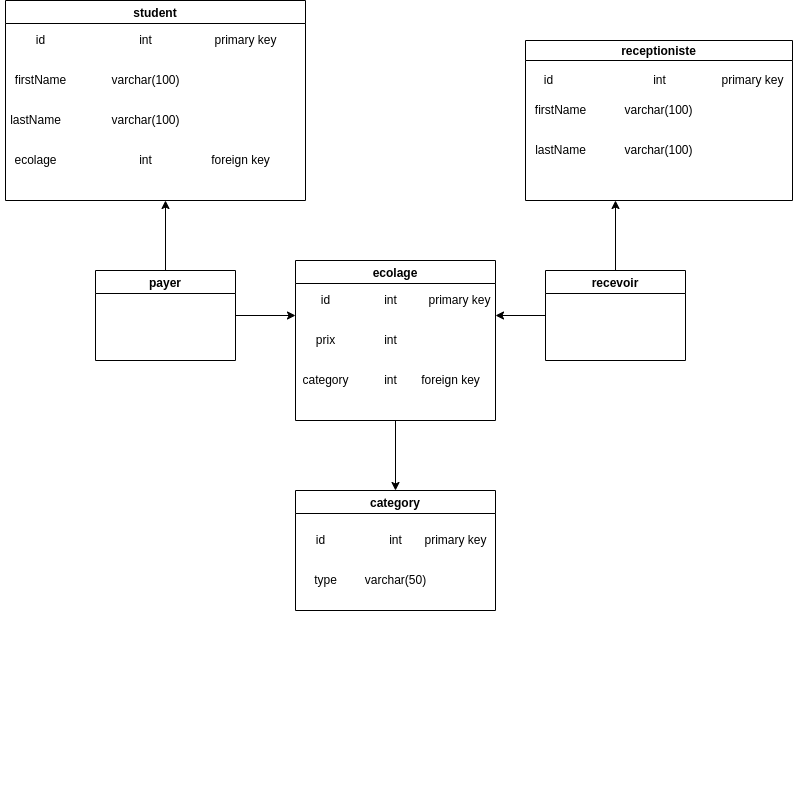
The draw.io diagram payementscolaritehei/image/img.png in VOLABEMANANA/PAYEMENT-scholarit--hei, before a commit. Source tidied: cells renumbered, new cells last; positions are measured from the earlier drawing's top-left corner, leaving out a move shared by most shapes. Source of this version:
```xml
<mxGraphModel background="#ffffff">
  <root>
    <mxCell id="0" />
    <mxCell id="1" parent="0" />
    <mxCell id="2" value="student" style="swimlane;" parent="1" vertex="1">
      <mxGeometry x="5" width="300" height="200" as="geometry" />
    </mxCell>
    <mxCell id="3" value="firstName" style="text;html=1;align=center;verticalAlign=middle;strokeColor=none;fillColor=none;" parent="2" vertex="1">
      <mxGeometry y="70" width="70" height="20" as="geometry" />
    </mxCell>
    <mxCell id="4" value="lastName" style="text;html=1;align=center;verticalAlign=middle;strokeColor=none;fillColor=none;" parent="2" vertex="1">
      <mxGeometry x="-5" y="110" width="70" height="20" as="geometry" />
    </mxCell>
    <mxCell id="5" value="ecolage" style="text;html=1;align=center;verticalAlign=middle;strokeColor=none;fillColor=none;" parent="2" vertex="1">
      <mxGeometry y="150" width="60" height="20" as="geometry" />
    </mxCell>
    <mxCell id="6" value="id" style="text;html=1;align=center;verticalAlign=middle;strokeColor=none;fillColor=none;" parent="2" vertex="1">
      <mxGeometry x="25" y="30" width="20" height="20" as="geometry" />
    </mxCell>
    <mxCell id="7" value="varchar(100)" style="text;html=1;align=center;verticalAlign=middle;strokeColor=none;fillColor=none;" parent="2" vertex="1">
      <mxGeometry x="100" y="70" width="80" height="20" as="geometry" />
    </mxCell>
    <mxCell id="8" value="varchar(100)" style="text;html=1;align=center;verticalAlign=middle;strokeColor=none;fillColor=none;" parent="2" vertex="1">
      <mxGeometry x="100" y="110" width="80" height="20" as="geometry" />
    </mxCell>
    <mxCell id="9" value="foreign key" style="text;html=1;align=center;verticalAlign=middle;strokeColor=none;fillColor=none;" parent="2" vertex="1">
      <mxGeometry x="200" y="150" width="70" height="20" as="geometry" />
    </mxCell>
    <mxCell id="10" value="primary key" style="text;html=1;align=center;verticalAlign=middle;strokeColor=none;fillColor=none;" parent="2" vertex="1">
      <mxGeometry x="200" y="30" width="80" height="20" as="geometry" />
    </mxCell>
    <mxCell id="11" value="int" style="text;html=1;align=center;verticalAlign=middle;strokeColor=none;fillColor=none;" parent="2" vertex="1">
      <mxGeometry x="125" y="30" width="30" height="20" as="geometry" />
    </mxCell>
    <mxCell id="12" value="int" style="text;html=1;align=center;verticalAlign=middle;strokeColor=none;fillColor=none;" parent="2" vertex="1">
      <mxGeometry x="125" y="150" width="30" height="20" as="geometry" />
    </mxCell>
    <mxCell id="13" value="receptioniste" style="swimlane;startSize=20;" parent="1" vertex="1">
      <mxGeometry x="525" y="40" width="267" height="160" as="geometry" />
    </mxCell>
    <mxCell id="14" value="id" style="text;html=1;align=center;verticalAlign=middle;strokeColor=none;fillColor=none;" parent="13" vertex="1">
      <mxGeometry x="13" y="30" width="20" height="20" as="geometry" />
    </mxCell>
    <mxCell id="15" value="primary key" style="text;html=1;align=center;verticalAlign=middle;strokeColor=none;fillColor=none;" parent="13" vertex="1">
      <mxGeometry x="187" y="30" width="80" height="20" as="geometry" />
    </mxCell>
    <mxCell id="16" value="firstName" style="text;html=1;align=center;verticalAlign=middle;strokeColor=none;fillColor=none;" parent="13" vertex="1">
      <mxGeometry y="60" width="70" height="20" as="geometry" />
    </mxCell>
    <mxCell id="17" value="varchar(100)" style="text;html=1;align=center;verticalAlign=middle;strokeColor=none;fillColor=none;" parent="13" vertex="1">
      <mxGeometry x="93" y="60" width="80" height="20" as="geometry" />
    </mxCell>
    <mxCell id="18" value="lastName" style="text;html=1;align=center;verticalAlign=middle;strokeColor=none;fillColor=none;" parent="13" vertex="1">
      <mxGeometry y="100" width="70" height="20" as="geometry" />
    </mxCell>
    <mxCell id="19" value="varchar(100)" style="text;html=1;align=center;verticalAlign=middle;strokeColor=none;fillColor=none;" parent="13" vertex="1">
      <mxGeometry x="93" y="100" width="80" height="20" as="geometry" />
    </mxCell>
    <mxCell id="20" value="int" style="text;html=1;align=center;verticalAlign=middle;strokeColor=none;fillColor=none;" parent="13" vertex="1">
      <mxGeometry x="118.5" y="30" width="30" height="20" as="geometry" />
    </mxCell>
    <mxCell id="21" style="edgeStyle=none;html=1;" parent="1" edge="1" source="22" target="31">
      <mxGeometry relative="1" as="geometry" />
    </mxCell>
    <mxCell id="22" value="ecolage" style="swimlane;" parent="1" vertex="1">
      <mxGeometry x="295" y="260" width="200" height="160" as="geometry" />
    </mxCell>
    <mxCell id="23" value="id" style="text;html=1;align=center;verticalAlign=middle;strokeColor=none;fillColor=none;" parent="22" vertex="1">
      <mxGeometry x="20" y="30" width="20" height="20" as="geometry" />
    </mxCell>
    <mxCell id="24" value="primary key" style="text;html=1;align=center;verticalAlign=middle;strokeColor=none;fillColor=none;" parent="22" vertex="1">
      <mxGeometry x="124" y="30" width="80" height="20" as="geometry" />
    </mxCell>
    <mxCell id="25" value="int" style="text;html=1;align=center;verticalAlign=middle;strokeColor=none;fillColor=none;" parent="22" vertex="1">
      <mxGeometry x="80" y="70" width="30" height="20" as="geometry" />
    </mxCell>
    <mxCell id="26" value="int" style="text;html=1;align=center;verticalAlign=middle;strokeColor=none;fillColor=none;" parent="22" vertex="1">
      <mxGeometry x="80" y="30" width="30" height="20" as="geometry" />
    </mxCell>
    <mxCell id="27" value="int" style="text;html=1;align=center;verticalAlign=middle;strokeColor=none;fillColor=none;" parent="22" vertex="1">
      <mxGeometry x="80" y="110" width="30" height="20" as="geometry" />
    </mxCell>
    <mxCell id="28" value="foreign key" style="text;html=1;align=center;verticalAlign=middle;strokeColor=none;fillColor=none;" parent="22" vertex="1">
      <mxGeometry x="120" y="110" width="70" height="20" as="geometry" />
    </mxCell>
    <mxCell id="29" value="prix" style="text;html=1;align=center;verticalAlign=middle;strokeColor=none;fillColor=none;" parent="22" vertex="1">
      <mxGeometry x="15" y="70" width="30" height="20" as="geometry" />
    </mxCell>
    <mxCell id="30" value="category" style="text;html=1;align=center;verticalAlign=middle;strokeColor=none;fillColor=none;" parent="22" vertex="1">
      <mxGeometry y="110" width="60" height="20" as="geometry" />
    </mxCell>
    <mxCell id="31" value="category" style="swimlane;" parent="1" vertex="1">
      <mxGeometry x="295" y="490" width="200" height="120" as="geometry" />
    </mxCell>
    <mxCell id="32" value="id" style="text;html=1;align=center;verticalAlign=middle;strokeColor=none;fillColor=none;" parent="31" vertex="1">
      <mxGeometry x="15" y="40" width="20" height="20" as="geometry" />
    </mxCell>
    <mxCell id="33" value="int" style="text;html=1;align=center;verticalAlign=middle;strokeColor=none;fillColor=none;" parent="31" vertex="1">
      <mxGeometry x="85" y="40" width="30" height="20" as="geometry" />
    </mxCell>
    <mxCell id="34" style="text;html=1;align=center;verticalAlign=middle;strokeColor=none;fillColor=none;" parent="31" vertex="1">
      <mxGeometry x="20" y="290" width="20" height="20" as="geometry" />
    </mxCell>
    <mxCell id="35" value="primary key" style="text;html=1;align=center;verticalAlign=middle;strokeColor=none;fillColor=none;" parent="31" vertex="1">
      <mxGeometry x="120" y="40" width="80" height="20" as="geometry" />
    </mxCell>
    <mxCell id="36" value="type" style="text;html=1;align=center;verticalAlign=middle;strokeColor=none;fillColor=none;" parent="31" vertex="1">
      <mxGeometry x="10" y="80" width="40" height="20" as="geometry" />
    </mxCell>
    <mxCell id="37" value="varchar(50)" style="text;html=1;align=center;verticalAlign=middle;strokeColor=none;fillColor=none;" parent="31" vertex="1">
      <mxGeometry x="60" y="80" width="80" height="20" as="geometry" />
    </mxCell>
    <mxCell id="38" style="edgeStyle=orthogonalEdgeStyle;rounded=0;html=1;exitX=0.5;exitY=0;exitDx=0;exitDy=0;strokeColor=default;" parent="1" edge="1" source="40">
      <mxGeometry relative="1" as="geometry">
        <mxPoint x="165" y="200" as="targetPoint" />
      </mxGeometry>
    </mxCell>
    <mxCell id="39" style="edgeStyle=orthogonalEdgeStyle;rounded=0;html=1;exitX=1;exitY=0.5;exitDx=0;exitDy=0;strokeColor=default;" parent="1" edge="1" source="40">
      <mxGeometry relative="1" as="geometry">
        <mxPoint x="295" y="315" as="targetPoint" />
      </mxGeometry>
    </mxCell>
    <mxCell id="40" value="payer" style="swimlane;" parent="1" vertex="1">
      <mxGeometry x="95" y="270" width="140" height="90" as="geometry" />
    </mxCell>
    <mxCell id="41" style="edgeStyle=orthogonalEdgeStyle;rounded=0;html=1;exitX=0;exitY=0.5;exitDx=0;exitDy=0;strokeColor=default;" parent="1" edge="1" source="43">
      <mxGeometry relative="1" as="geometry">
        <mxPoint x="495" y="315" as="targetPoint" />
      </mxGeometry>
    </mxCell>
    <mxCell id="42" style="edgeStyle=orthogonalEdgeStyle;rounded=0;html=1;exitX=0.5;exitY=0;exitDx=0;exitDy=0;strokeColor=default;" parent="1" edge="1" source="43">
      <mxGeometry relative="1" as="geometry">
        <mxPoint x="615" y="200" as="targetPoint" />
      </mxGeometry>
    </mxCell>
    <mxCell id="43" value="recevoir" style="swimlane;" parent="1" vertex="1">
      <mxGeometry x="545" y="270" width="140" height="90" as="geometry" />
    </mxCell>
  </root>
</mxGraphModel>
```
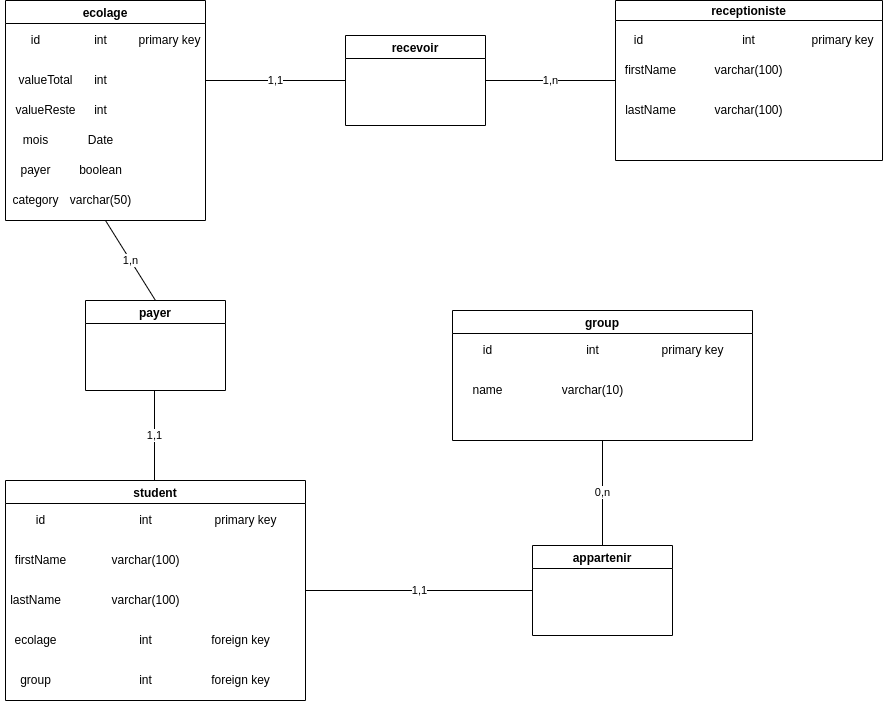
After the commit.

What changed in the source:
```diff
@@ -1,9 +1,9 @@
-<mxGraphModel background="#ffffff">
+<mxGraphModel background="#FFFFFF">
   <root>
     <mxCell id="0" />
     <mxCell id="1" parent="0" />
     <mxCell id="2" value="student" style="swimlane;" parent="1" vertex="1">
-      <mxGeometry x="5" width="300" height="200" as="geometry" />
+      <mxGeometry x="85" y="520" width="300" height="220" as="geometry" />
     </mxCell>
     <mxCell id="3" value="firstName" style="text;html=1;align=center;verticalAlign=middle;strokeColor=none;fillColor=none;" parent="2" vertex="1">
       <mxGeometry y="70" width="70" height="20" as="geometry" />
@@ -35,8 +35,17 @@
     <mxCell id="12" value="int" style="text;html=1;align=center;verticalAlign=middle;strokeColor=none;fillColor=none;" parent="2" vertex="1">
       <mxGeometry x="125" y="150" width="30" height="20" as="geometry" />
     </mxCell>
+    <mxCell id="44" value="group" style="text;html=1;align=center;verticalAlign=middle;strokeColor=none;fillColor=none;" parent="2" vertex="1">
+      <mxGeometry x="5" y="190" width="50" height="20" as="geometry" />
+    </mxCell>
+    <mxCell id="45" value="int" style="text;html=1;align=center;verticalAlign=middle;strokeColor=none;fillColor=none;" parent="2" vertex="1">
+      <mxGeometry x="125" y="190" width="30" height="20" as="geometry" />
+    </mxCell>
+    <mxCell id="28" value="foreign key" style="text;html=1;align=center;verticalAlign=middle;strokeColor=none;fillColor=none;" parent="2" vertex="1">
+      <mxGeometry x="200" y="190" width="70" height="20" as="geometry" />
+    </mxCell>
     <mxCell id="13" value="receptioniste" style="swimlane;startSize=20;" parent="1" vertex="1">
-      <mxGeometry x="525" y="40" width="267" height="160" as="geometry" />
+      <mxGeometry x="695" y="40" width="267" height="160" as="geometry" />
     </mxCell>
     <mxCell id="14" value="id" style="text;html=1;align=center;verticalAlign=middle;strokeColor=none;fillColor=none;" parent="13" vertex="1">
       <mxGeometry x="13" y="30" width="20" height="20" as="geometry" />
@@ -59,11 +68,8 @@
     <mxCell id="20" value="int" style="text;html=1;align=center;verticalAlign=middle;strokeColor=none;fillColor=none;" parent="13" vertex="1">
       <mxGeometry x="118.5" y="30" width="30" height="20" as="geometry" />
     </mxCell>
-    <mxCell id="21" style="edgeStyle=none;html=1;" parent="1" edge="1" source="22" target="31">
-      <mxGeometry relative="1" as="geometry" />
-    </mxCell>
     <mxCell id="22" value="ecolage" style="swimlane;" parent="1" vertex="1">
-      <mxGeometry x="295" y="260" width="200" height="160" as="geometry" />
+      <mxGeometry x="85" y="40" width="200" height="220" as="geometry" />
     </mxCell>
     <mxCell id="23" value="id" style="text;html=1;align=center;verticalAlign=middle;strokeColor=none;fillColor=none;" parent="22" vertex="1">
       <mxGeometry x="20" y="30" width="20" height="20" as="geometry" />
@@ -77,64 +83,82 @@
     <mxCell id="26" value="int" style="text;html=1;align=center;verticalAlign=middle;strokeColor=none;fillColor=none;" parent="22" vertex="1">
       <mxGeometry x="80" y="30" width="30" height="20" as="geometry" />
     </mxCell>
-    <mxCell id="27" value="int" style="text;html=1;align=center;verticalAlign=middle;strokeColor=none;fillColor=none;" parent="22" vertex="1">
-      <mxGeometry x="80" y="110" width="30" height="20" as="geometry" />
+    <mxCell id="27" value="varchar(50)" style="text;html=1;align=center;verticalAlign=middle;strokeColor=none;fillColor=none;" parent="22" vertex="1">
+      <mxGeometry x="55" y="190" width="80" height="20" as="geometry" />
     </mxCell>
-    <mxCell id="28" value="foreign key" style="text;html=1;align=center;verticalAlign=middle;strokeColor=none;fillColor=none;" parent="22" vertex="1">
-      <mxGeometry x="120" y="110" width="70" height="20" as="geometry" />
-    </mxCell>
-    <mxCell id="29" value="prix" style="text;html=1;align=center;verticalAlign=middle;strokeColor=none;fillColor=none;" parent="22" vertex="1">
-      <mxGeometry x="15" y="70" width="30" height="20" as="geometry" />
+    <mxCell id="29" value="valueTotal" style="text;html=1;align=center;verticalAlign=middle;strokeColor=none;fillColor=none;" parent="22" vertex="1">
+      <mxGeometry x="5" y="70" width="70" height="20" as="geometry" />
     </mxCell>
     <mxCell id="30" value="category" style="text;html=1;align=center;verticalAlign=middle;strokeColor=none;fillColor=none;" parent="22" vertex="1">
-      <mxGeometry y="110" width="60" height="20" as="geometry" />
+      <mxGeometry y="190" width="60" height="20" as="geometry" />
     </mxCell>
-    <mxCell id="31" value="category" style="swimlane;" parent="1" vertex="1">
-      <mxGeometry x="295" y="490" width="200" height="120" as="geometry" />
-    </mxCell>
+    <mxCell id="46" value="int" style="text;html=1;align=center;verticalAlign=middle;strokeColor=none;fillColor=none;" parent="22" vertex="1">
+      <mxGeometry x="80" y="100" width="30" height="20" as="geometry" />
+    </mxCell>
+    <mxCell id="47" value="valueReste" style="text;html=1;align=center;verticalAlign=middle;strokeColor=none;fillColor=none;" parent="22" vertex="1">
+      <mxGeometry y="100" width="80" height="20" as="geometry" />
+    </mxCell>
+    <mxCell id="48" value="mois" style="text;html=1;align=center;verticalAlign=middle;strokeColor=none;fillColor=none;" parent="22" vertex="1">
+      <mxGeometry x="10" y="130" width="40" height="20" as="geometry" />
+    </mxCell>
+    <mxCell id="49" value="boolean" style="text;html=1;align=center;verticalAlign=middle;strokeColor=none;fillColor=none;" parent="22" vertex="1">
+      <mxGeometry x="65" y="160" width="60" height="20" as="geometry" />
+    </mxCell>
+    <mxCell id="50" value="Date" style="text;html=1;align=center;verticalAlign=middle;strokeColor=none;fillColor=none;" parent="22" vertex="1">
+      <mxGeometry x="75" y="130" width="40" height="20" as="geometry" />
+    </mxCell>
+    <mxCell id="51" value="payer" style="text;html=1;align=center;verticalAlign=middle;strokeColor=none;fillColor=none;" parent="22" vertex="1">
+      <mxGeometry x="5" y="160" width="50" height="20" as="geometry" />
+    </mxCell>
+    <mxCell id="40" value="payer" style="swimlane;" parent="1" vertex="1">
+      <mxGeometry x="165" y="340" width="140" height="90" as="geometry" />
+    </mxCell>
+    <mxCell id="43" value="recevoir" style="swimlane;" parent="1" vertex="1">
+      <mxGeometry x="425" y="75" width="140" height="90" as="geometry" />
+    </mxCell>
+    <mxCell id="52" value="group" style="swimlane;" parent="1" vertex="1">
+      <mxGeometry x="532" y="350" width="300" height="130" as="geometry" />
+    </mxCell>
+    <mxCell id="53" value="name" style="text;html=1;align=center;verticalAlign=middle;strokeColor=none;fillColor=none;" parent="52" vertex="1">
+      <mxGeometry x="10" y="70" width="50" height="20" as="geometry" />
+    </mxCell>
-    <mxCell id="32" value="id" style="text;html=1;align=center;verticalAlign=middle;strokeColor=none;fillColor=none;" parent="31" vertex="1">
-      <mxGeometry x="15" y="40" width="20" height="20" as="geometry" />
+    <mxCell id="32" value="id" style="text;html=1;align=center;verticalAlign=middle;strokeColor=none;fillColor=none;" parent="52" vertex="1">
+      <mxGeometry x="25" y="30" width="20" height="20" as="geometry" />
     </mxCell>
-    <mxCell id="33" value="int" style="text;html=1;align=center;verticalAlign=middle;strokeColor=none;fillColor=none;" parent="31" vertex="1">
-      <mxGeometry x="85" y="40" width="30" height="20" as="geometry" />
-    </mxCell>
-    <mxCell id="34" style="text;html=1;align=center;verticalAlign=middle;strokeColor=none;fillColor=none;" parent="31" vertex="1">
-      <mxGeometry x="20" y="290" width="20" height="20" as="geometry" />
-    </mxCell>
+    <mxCell id="54" value="varchar(10)" style="text;html=1;align=center;verticalAlign=middle;strokeColor=none;fillColor=none;" parent="52" vertex="1">
+      <mxGeometry x="100" y="70" width="80" height="20" as="geometry" />
+    </mxCell>
-    <mxCell id="35" value="primary key" style="text;html=1;align=center;verticalAlign=middle;strokeColor=none;fillColor=none;" parent="31" vertex="1">
-      <mxGeometry x="120" y="40" width="80" height="20" as="geometry" />
+    <mxCell id="35" value="primary key" style="text;html=1;align=center;verticalAlign=middle;strokeColor=none;fillColor=none;" parent="52" vertex="1">
+      <mxGeometry x="200" y="30" width="80" height="20" as="geometry" />
     </mxCell>
-    <mxCell id="36" value="type" style="text;html=1;align=center;verticalAlign=middle;strokeColor=none;fillColor=none;" parent="31" vertex="1">
-      <mxGeometry x="10" y="80" width="40" height="20" as="geometry" />
-    </mxCell>
-    <mxCell id="37" value="varchar(50)" style="text;html=1;align=center;verticalAlign=middle;strokeColor=none;fillColor=none;" parent="31" vertex="1">
-      <mxGeometry x="60" y="80" width="80" height="20" as="geometry" />
-    </mxCell>
-    <mxCell id="38" style="edgeStyle=orthogonalEdgeStyle;rounded=0;html=1;exitX=0.5;exitY=0;exitDx=0;exitDy=0;strokeColor=default;" parent="1" edge="1" source="40">
-      <mxGeometry relative="1" as="geometry">
-        <mxPoint x="165" y="200" as="targetPoint" />
-      </mxGeometry>
-    </mxCell>
-    <mxCell id="39" style="edgeStyle=orthogonalEdgeStyle;rounded=0;html=1;exitX=1;exitY=0.5;exitDx=0;exitDy=0;strokeColor=default;" parent="1" edge="1" source="40">
-      <mxGeometry relative="1" as="geometry">
-        <mxPoint x="295" y="315" as="targetPoint" />
-      </mxGeometry>
-    </mxCell>
-    <mxCell id="40" value="payer" style="swimlane;" parent="1" vertex="1">
-      <mxGeometry x="95" y="270" width="140" height="90" as="geometry" />
-    </mxCell>
-    <mxCell id="41" style="edgeStyle=orthogonalEdgeStyle;rounded=0;html=1;exitX=0;exitY=0.5;exitDx=0;exitDy=0;strokeColor=default;" parent="1" edge="1" source="43">
-      <mxGeometry relative="1" as="geometry">
-        <mxPoint x="495" y="315" as="targetPoint" />
-      </mxGeometry>
-    </mxCell>
-    <mxCell id="42" style="edgeStyle=orthogonalEdgeStyle;rounded=0;html=1;exitX=0.5;exitY=0;exitDx=0;exitDy=0;strokeColor=default;" parent="1" edge="1" source="43">
-      <mxGeometry relative="1" as="geometry">
-        <mxPoint x="615" y="200" as="targetPoint" />
-      </mxGeometry>
-    </mxCell>
-    <mxCell id="43" value="recevoir" style="swimlane;" parent="1" vertex="1">
-      <mxGeometry x="545" y="270" width="140" height="90" as="geometry" />
-    </mxCell>
+    <mxCell id="55" value="int" style="text;html=1;align=center;verticalAlign=middle;strokeColor=none;fillColor=none;" parent="52" vertex="1">
+      <mxGeometry x="125" y="30" width="30" height="20" as="geometry" />
+    </mxCell>
+    <mxCell id="56" value="appartenir" style="swimlane;" parent="1" vertex="1">
+      <mxGeometry x="612" y="585" width="140" height="90" as="geometry" />
+    </mxCell>
+    <mxCell id="57" value="1,1" style="endArrow=none;html=1;entryX=0.5;entryY=1;entryDx=0;entryDy=0;exitX=0.5;exitY=0;exitDx=0;exitDy=0;" parent="1" edge="1">
+      <mxGeometry relative="1" as="geometry">
+        <mxPoint x="234" y="520" as="sourcePoint" />
+        <mxPoint x="234" y="430" as="targetPoint" />
+      </mxGeometry>
+    </mxCell>
+    <mxCell id="58" value="0,n" style="endArrow=none;html=1;entryX=0.5;entryY=1;entryDx=0;entryDy=0;exitX=0.5;exitY=0;exitDx=0;exitDy=0;" parent="1" edge="1" source="56" target="52">
+      <mxGeometry relative="1" as="geometry" />
+    </mxCell>
+    <mxCell id="59" value="1,1" style="endArrow=none;html=1;entryX=1;entryY=0.5;entryDx=0;entryDy=0;exitX=0;exitY=0.5;exitDx=0;exitDy=0;" parent="1" edge="1" source="56" target="2">
+      <mxGeometry relative="1" as="geometry" />
+    </mxCell>
+    <mxCell id="60" value="1,n" style="endArrow=none;html=1;entryX=0.5;entryY=1;entryDx=0;entryDy=0;exitX=0.5;exitY=0;exitDx=0;exitDy=0;" parent="1" edge="1" source="40" target="22">
+      <mxGeometry relative="1" as="geometry" />
+    </mxCell>
+    <mxCell id="61" value="1,1" style="endArrow=none;html=1;entryX=0;entryY=0.5;entryDx=0;entryDy=0;" parent="1" edge="1" target="43">
+      <mxGeometry relative="1" as="geometry">
+        <mxPoint x="285" y="120" as="sourcePoint" />
+      </mxGeometry>
+    </mxCell>
+    <mxCell id="62" value="1,n" style="endArrow=none;html=1;entryX=0;entryY=0.5;entryDx=0;entryDy=0;exitX=1;exitY=0.5;exitDx=0;exitDy=0;" parent="1" edge="1" source="43" target="13">
+      <mxGeometry relative="1" as="geometry" />
+    </mxCell>
   </root>
 </mxGraphModel>
```
